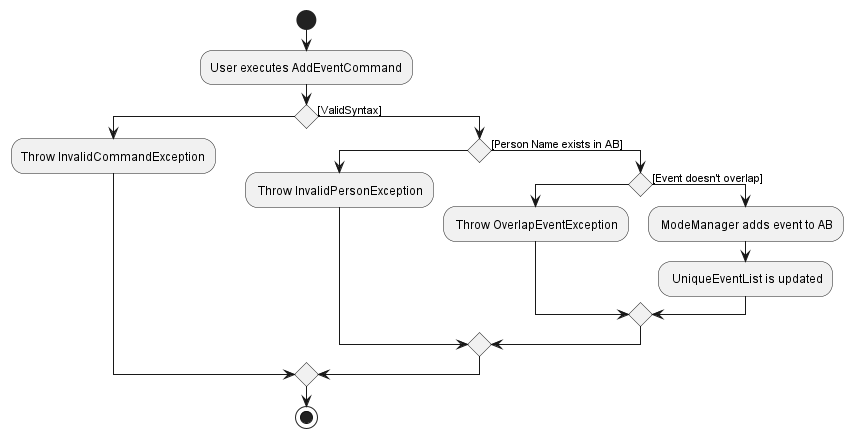
The PlantUML diagram docs/images/AddEventActivityDiagram.png in nus-cs2103-AY2223S1/tp, before a commit.
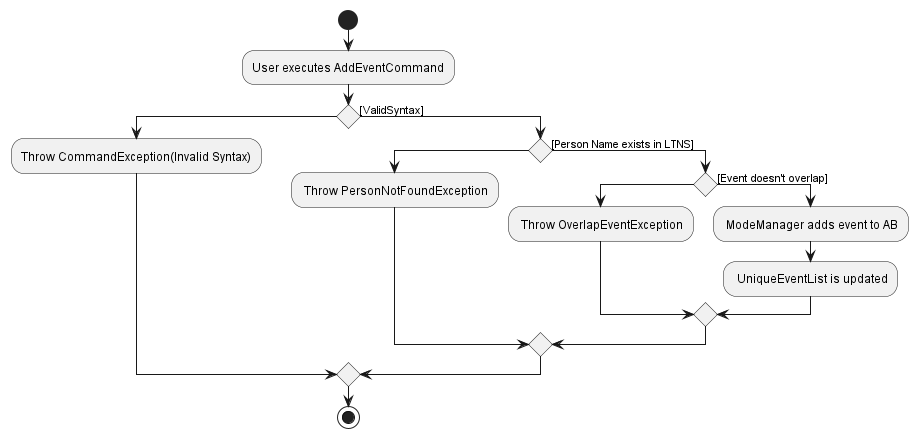
The same diagram one commit later.

Change to the diagram source:
```diff
@@ -4,11 +4,11 @@
 
 
 if () then
-    :Throw InvalidCommandException;
+    :Throw CommandException(Invalid Syntax);
 else ([ValidSyntax])
 if () then
-    : Throw InvalidPersonException;
-else ([Person Name exists in AB])
+    : Throw PersonNotFoundException;
+else ([Person Name exists in LTNS])
     if () then
     : Throw OverlapEventException;
     else ([Event doesn't overlap])
```
